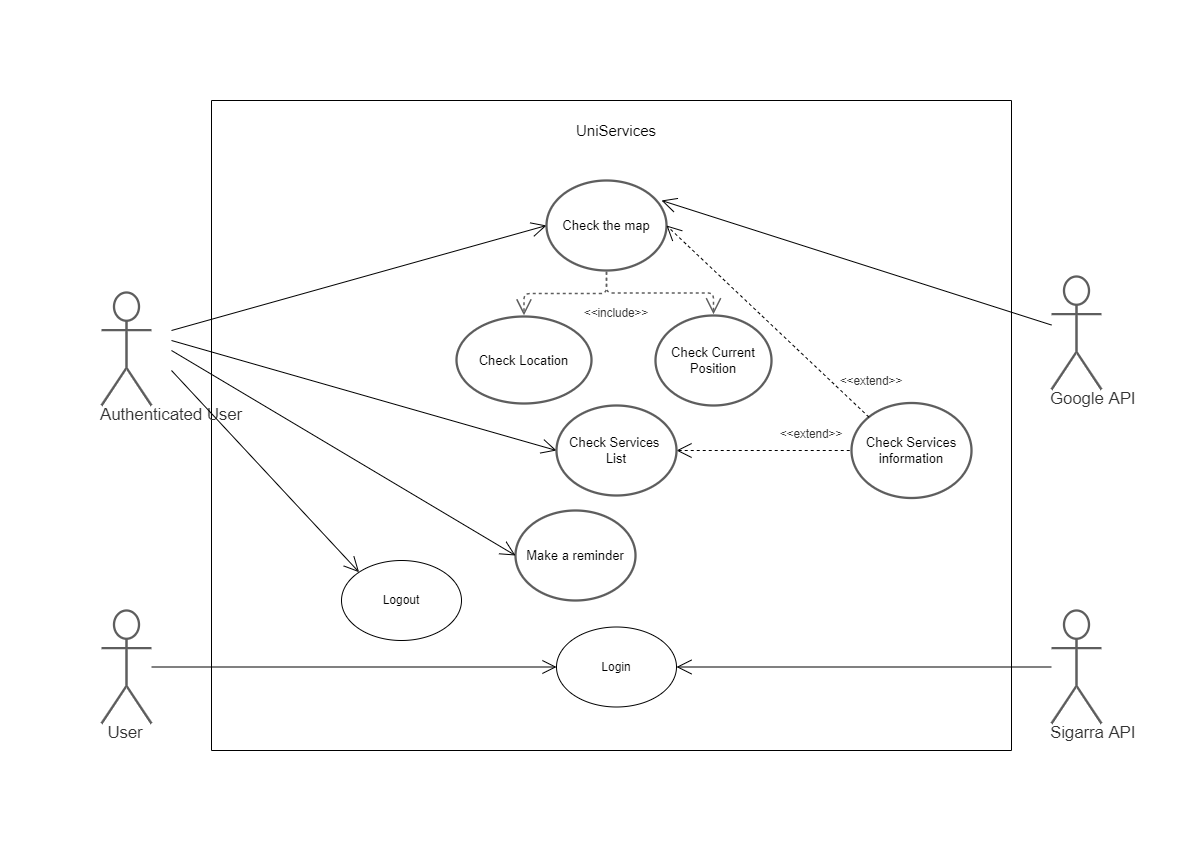
The draw.io diagram images/ESOF.png in LEIC-ES-2021-22/3LEIC06T1, before a commit. Source tidied: cells renumbered, new cells last; positions are measured from the earlier drawing's top-left corner, leaving out a move shared by most shapes.
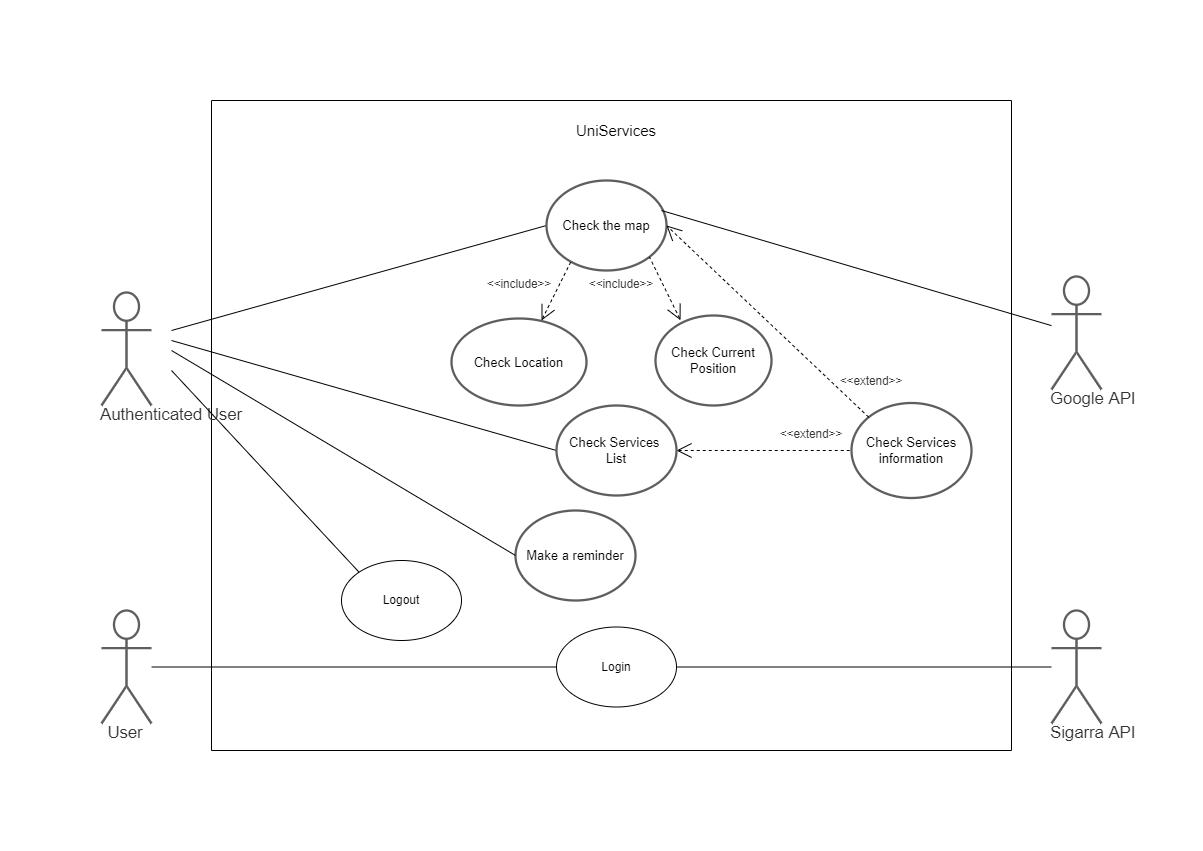
After the change.

Commit message:
Fixed use cases diagram

What changed in the source:
```diff
@@ -2,12 +2,12 @@
   <root>
     <mxCell id="0" />
     <mxCell id="1" parent="0" />
-    <mxCell id="2" style="endArrow=open;html=1;rounded=0;entryX=0;entryY=0.5;entryDx=0;entryDy=0;endFill=0;endSize=13;" parent="1" edge="1" target="6">
+    <mxCell id="2" style="endArrow=none;html=1;rounded=0;entryX=0;entryY=0.5;entryDx=0;entryDy=0;endFill=0;endSize=13;" parent="1" edge="1" target="6">
       <mxGeometry relative="1" as="geometry">
         <mxPoint x="70" y="230" as="sourcePoint" />
       </mxGeometry>
     </mxCell>
-    <mxCell id="3" style="edgeStyle=orthogonalEdgeStyle;rounded=0;jettySize=auto;html=1;entryX=0;entryY=0.5;entryDx=0;entryDy=0;endArrow=open;endFill=0;endSize=12;" parent="1" edge="1" source="4" target="12">
+    <mxCell id="3" style="edgeStyle=orthogonalEdgeStyle;rounded=0;jettySize=auto;html=1;entryX=0;entryY=0.5;entryDx=0;entryDy=0;endArrow=none;endFill=0;endSize=12;" parent="1" edge="1" source="4" target="12">
       <mxGeometry relative="1" as="geometry" />
     </mxCell>
     <mxCell id="4" value="User" style="html=1;overflow=block;blockSpacing=1;shape=umlActor;labelPosition=center;verticalLabelPosition=bottom;verticalAlign=top;whiteSpace=nowrap;fontSize=16.7;fontColor=#333333;spacing=0;strokeColor=#5e5e5e;strokeOpacity=100;rounded=1;absoluteArcSize=1;arcSize=9;strokeWidth=2.3;" parent="1" vertex="1">
@@ -19,16 +19,7 @@
     <mxCell id="6" value="Check the map" style="html=1;overflow=block;blockSpacing=1;whiteSpace=wrap;ellipse;fontSize=13;spacing=3.8;strokeColor=#5e5e5e;strokeOpacity=100;rounded=1;absoluteArcSize=1;arcSize=9;strokeWidth=2.3;" parent="1" vertex="1">
       <mxGeometry x="445" y="80" width="120" height="90" as="geometry" />
     </mxCell>
-    <mxCell id="7" value="Check Location" style="html=1;overflow=block;blockSpacing=1;whiteSpace=wrap;ellipse;fontSize=13;spacing=3.8;strokeColor=#5e5e5e;strokeOpacity=100;rounded=1;absoluteArcSize=1;arcSize=9;strokeWidth=2.3;" parent="1" vertex="1">
-      <mxGeometry x="355" y="216" width="135" height="87" as="geometry" />
-    </mxCell>
-    <mxCell id="8" style="html=1;jettySize=18;whiteSpace=wrap;fontSize=13;strokeColor=#5E5E5E;dashed=1;fixDash=1;strokeWidth=1.5;rounded=1;arcSize=12;edgeStyle=orthogonalEdgeStyle;startArrow=none;endArrow=open;exitX=0.5;exitY=1.013;exitPerimeter=0;entryX=0.5;entryY=-0.013;entryPerimeter=0;endSize=13;" parent="1" edge="1" source="6" target="7">
-      <mxGeometry relative="1" as="geometry" />
-    </mxCell>
-    <mxCell id="9" style="html=1;jettySize=18;whiteSpace=wrap;fontSize=13;strokeColor=#5E5E5E;dashed=1;fixDash=1;strokeWidth=1.5;rounded=1;arcSize=12;edgeStyle=orthogonalEdgeStyle;startArrow=none;endArrow=open;exitX=0.5;exitY=1.013;exitPerimeter=0;entryX=0.5;entryY=-0.013;entryPerimeter=0;endSize=13;" parent="1" edge="1" source="6" target="5">
-      <mxGeometry relative="1" as="geometry" />
-    </mxCell>
-    <mxCell id="10" style="endArrow=open;html=1;rounded=0;endSize=13;endFill=0;entryX=0;entryY=0.5;entryDx=0;entryDy=0;" parent="1" edge="1" target="19">
+    <mxCell id="10" style="endArrow=none;html=1;rounded=0;endSize=13;endFill=0;entryX=0;entryY=0.5;entryDx=0;entryDy=0;" parent="1" edge="1" target="19">
       <mxGeometry relative="1" as="geometry">
         <mxPoint x="70" y="240" as="sourcePoint" />
       </mxGeometry>
@@ -42,7 +33,7 @@
     <mxCell id="13" value="Make a reminder " style="html=1;overflow=block;blockSpacing=1;whiteSpace=wrap;ellipse;fontSize=13;spacing=3.8;strokeColor=#5e5e5e;strokeOpacity=100;rounded=1;absoluteArcSize=1;arcSize=9;strokeWidth=2.3;" parent="11" vertex="1">
       <mxGeometry x="304" y="410" width="120" height="90" as="geometry" />
     </mxCell>
-    <mxCell id="14" style="endArrow=open;html=1;rounded=0;endSize=13;endFill=0;entryX=0;entryY=0.5;entryDx=0;entryDy=0;" parent="11" edge="1" target="13">
+    <mxCell id="14" style="endArrow=none;html=1;rounded=0;endSize=13;endFill=0;entryX=0;entryY=0.5;entryDx=0;entryDy=0;" parent="11" edge="1" target="13">
       <mxGeometry relative="1" as="geometry">
         <mxPoint x="-40" y="250" as="sourcePoint" />
       </mxGeometry>
@@ -63,7 +54,7 @@
       <mxGeometry x="345" y="305" width="120" height="90" as="geometry" />
     </mxCell>
     <mxCell id="20" value="&amp;lt;&amp;lt;include&amp;gt;&amp;gt;" style="html=1;overflow=block;blockSpacing=1;whiteSpace=wrap;fontSize=11.7;fontColor=#333333;spacing=3.8;strokeOpacity=0;fillOpacity=0;rounded=1;absoluteArcSize=1;arcSize=9;fillColor=#ffffff;strokeWidth=2.3;" parent="11" vertex="1">
-      <mxGeometry x="315" y="190" width="180" height="45" as="geometry" />
+      <mxGeometry x="217.5" y="160" width="180" height="45" as="geometry" />
     </mxCell>
     <mxCell id="21" value="&amp;lt;&amp;lt;extend&amp;gt;&amp;gt;" style="html=1;overflow=block;blockSpacing=1;whiteSpace=wrap;fontSize=11.7;fontColor=#333333;spacing=3.8;strokeOpacity=0;fillOpacity=0;rounded=1;absoluteArcSize=1;arcSize=9;fillColor=#ffffff;strokeWidth=2.3;" parent="11" vertex="1">
       <mxGeometry x="510" y="310" width="180" height="45" as="geometry" />
@@ -71,12 +62,24 @@
     <mxCell id="22" value="&amp;lt;&amp;lt;extend&amp;gt;&amp;gt;" style="html=1;overflow=block;blockSpacing=1;whiteSpace=wrap;fontSize=11.7;fontColor=#333333;spacing=3.8;strokeOpacity=0;fillOpacity=0;rounded=1;absoluteArcSize=1;arcSize=9;fillColor=#ffffff;strokeWidth=2.3;" parent="11" vertex="1">
       <mxGeometry x="570" y="257.5" width="180" height="45" as="geometry" />
     </mxCell>
+    <mxCell id="30" style="endArrow=none;html=1;rounded=0;startArrow=open;startFill=0;endFill=0;targetPerimeterSpacing=0;startSize=13;dashed=1;" parent="11" edge="1">
+      <mxGeometry relative="1" as="geometry">
+        <mxPoint x="330" y="220" as="sourcePoint" />
+        <mxPoint x="360" y="160" as="targetPoint" />
+      </mxGeometry>
+    </mxCell>
+    <mxCell id="7" value="Check Location" style="html=1;overflow=block;blockSpacing=1;whiteSpace=wrap;ellipse;fontSize=13;spacing=3.8;strokeColor=#5e5e5e;strokeOpacity=100;rounded=1;absoluteArcSize=1;arcSize=9;strokeWidth=2.3;" parent="11" vertex="1">
+      <mxGeometry x="240" y="218" width="135" height="87" as="geometry" />
+    </mxCell>
+    <mxCell id="31" value="&amp;lt;&amp;lt;include&amp;gt;&amp;gt;" style="html=1;overflow=block;blockSpacing=1;whiteSpace=wrap;fontSize=11.7;fontColor=#333333;spacing=3.8;strokeOpacity=0;fillOpacity=0;rounded=1;absoluteArcSize=1;arcSize=9;fillColor=#ffffff;strokeWidth=2.3;" parent="11" vertex="1">
+      <mxGeometry x="320" y="160" width="180" height="45" as="geometry" />
+    </mxCell>
     <mxCell id="23" value="Google API" style="html=1;overflow=block;blockSpacing=1;shape=umlActor;labelPosition=center;verticalLabelPosition=bottom;verticalAlign=top;whiteSpace=nowrap;fontSize=16.7;fontColor=#333333;spacing=0;strokeColor=#5e5e5e;strokeOpacity=100;rounded=1;absoluteArcSize=1;arcSize=9;strokeWidth=2.3;" parent="1" vertex="1">
       <mxGeometry x="950" y="176" width="50" height="113" as="geometry" />
     </mxCell>
-    <mxCell id="24" style="endArrow=open;html=1;rounded=0;endSize=13;endFill=0;startArrow=none;startFill=0;startSize=13;" parent="1" edge="1" source="23">
+    <mxCell id="24" style="endArrow=none;html=1;rounded=0;endSize=13;endFill=0;startArrow=none;startFill=0;startSize=13;" parent="1" edge="1" source="23">
       <mxGeometry relative="1" as="geometry">
-        <mxPoint x="560" y="100" as="targetPoint" />
+        <mxPoint x="560" y="110" as="targetPoint" />
       </mxGeometry>
     </mxCell>
     <mxCell id="25" value="Sigarra API" style="html=1;overflow=block;blockSpacing=1;shape=umlActor;labelPosition=center;verticalLabelPosition=bottom;verticalAlign=top;whiteSpace=nowrap;fontSize=16.7;fontColor=#333333;spacing=0;strokeColor=#5e5e5e;strokeOpacity=100;rounded=1;absoluteArcSize=1;arcSize=9;strokeWidth=2.3;" parent="1" vertex="1">
@@ -85,10 +88,10 @@
     <mxCell id="26" value="Authenticated User" style="html=1;overflow=block;blockSpacing=1;shape=umlActor;labelPosition=center;verticalLabelPosition=bottom;verticalAlign=top;whiteSpace=nowrap;fontSize=16.7;fontColor=#333333;spacing=0;strokeColor=#5e5e5e;strokeOpacity=100;rounded=1;absoluteArcSize=1;arcSize=9;strokeWidth=2.3;align=center;" parent="1" vertex="1">
       <mxGeometry y="192" width="50" height="113" as="geometry" />
     </mxCell>
-    <mxCell id="27" style="endArrow=open;html=1;rounded=0;fontSize=15;startSize=13;endSize=13;strokeWidth=1;endFill=0;" parent="1" edge="1" source="25" target="12">
+    <mxCell id="27" style="endArrow=none;html=1;rounded=0;fontSize=15;startSize=13;endSize=13;strokeWidth=1;endFill=0;" parent="1" edge="1" source="25" target="12">
       <mxGeometry relative="1" as="geometry" />
     </mxCell>
-    <mxCell id="28" style="endArrow=open;html=1;rounded=0;fontSize=15;startSize=13;endSize=13;strokeWidth=1;entryX=0;entryY=0;entryDx=0;entryDy=0;endFill=0;" parent="1" edge="1" target="16">
+    <mxCell id="28" style="endArrow=none;html=1;rounded=0;fontSize=15;startSize=13;endSize=13;strokeWidth=1;entryX=0;entryY=0;entryDx=0;entryDy=0;endFill=0;" parent="1" edge="1" target="16">
       <mxGeometry relative="1" as="geometry">
         <mxPoint x="70" y="270" as="sourcePoint" />
       </mxGeometry>
@@ -96,5 +99,8 @@
     <mxCell id="29" style="endArrow=open;html=1;rounded=0;dashed=1;fontSize=15;startSize=13;endSize=13;strokeWidth=1;entryX=1;entryY=0.5;entryDx=0;entryDy=0;exitX=0;exitY=0;exitDx=0;exitDy=0;endFill=0;" parent="1" edge="1" source="17" target="6">
       <mxGeometry relative="1" as="geometry" />
     </mxCell>
+    <mxCell id="32" style="endArrow=none;html=1;rounded=0;startArrow=open;startFill=0;endFill=0;targetPerimeterSpacing=0;startSize=13;dashed=1;exitX=0.216;exitY=0.053;exitDx=0;exitDy=0;exitPerimeter=0;entryX=1;entryY=1;entryDx=0;entryDy=0;" parent="1" edge="1" source="5" target="6">
+      <mxGeometry relative="1" as="geometry" />
+    </mxCell>
   </root>
 </mxGraphModel>
```
